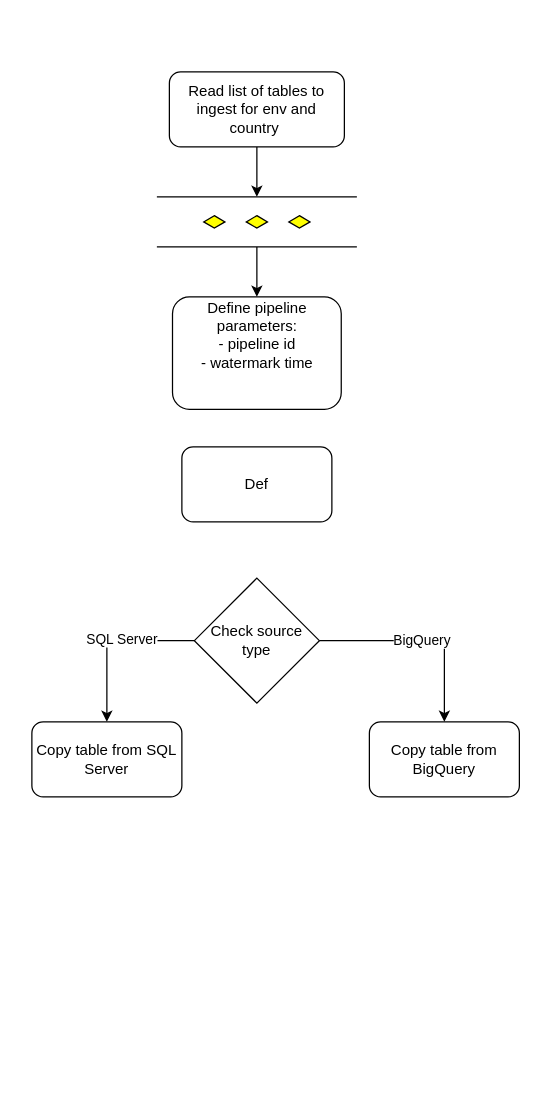
Earlier version of the draw.io diagram ADF.drawio (norbitek/drawio). Source tidied: cells renumbered, new cells numbered last; positions are measured from the earlier drawing's top-left corner, leaving out a move shared by most shapes. Both pictures are drawn from the tidied source at 125%, with x=0, y=0 at pixel (31, 71).
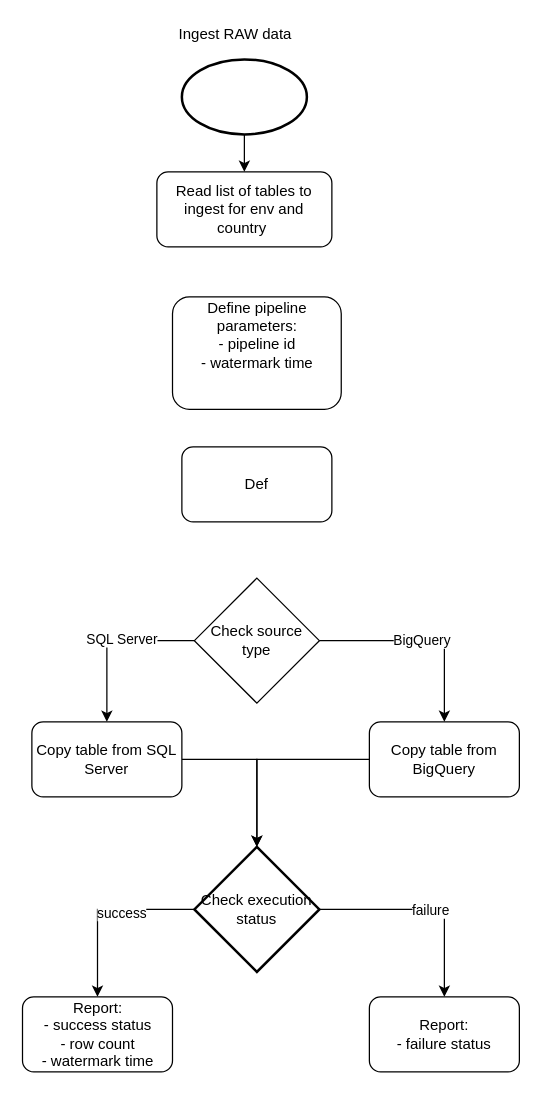
Above is the later version.

Unchanged cells that the change refers to:
```xml
<mxCell id="4" value="Define pipeline parameters:&lt;div&gt;- pipeline id&lt;/div&gt;&lt;div&gt;- watermark time&lt;/div&gt;&lt;div&gt;&lt;br&gt;&lt;div&gt;&lt;br&gt;&lt;/div&gt;&lt;/div&gt;" style="rounded=1;whiteSpace=wrap;html=1;" parent="1" vertex="1">
  <mxGeometry x="112.5" y="180" width="135" height="90" as="geometry" />
</mxCell>
<mxCell id="5" value="Copy table from SQL Server" style="rounded=1;whiteSpace=wrap;html=1;" parent="1" vertex="1">
  <mxGeometry y="520" width="120" height="60" as="geometry" />
</mxCell>
<mxCell id="6" value="Copy table from BigQuery" style="rounded=1;whiteSpace=wrap;html=1;" parent="1" vertex="1">
  <mxGeometry x="270" y="520" width="120" height="60" as="geometry" />
</mxCell>
```

The edit, as a diff of the source:
```diff
@@
-    <mxCell id="2" style="edgeStyle=orthogonalEdgeStyle;rounded=0;jettySize=auto;html=1;" parent="1" edge="1" source="3" target="14">
-      <mxGeometry relative="1" as="geometry" />
-    </mxCell>
     <mxCell id="3" value="Read list of tables to ingest for env and country&amp;nbsp;" style="rounded=1;whiteSpace=wrap;html=1;fontSize=12;glass=0;strokeWidth=1;shadow=0;" parent="1" vertex="1">
-      <mxGeometry x="110" width="140" height="60" as="geometry" />
+      <mxGeometry x="100" y="80" width="140" height="60" as="geometry" />
     </mxCell>
@@
+    <mxCell id="15" style="edgeStyle=orthogonalEdgeStyle;rounded=0;jettySize=auto;html=1;" parent="1" edge="1" source="5" target="21">
+      <mxGeometry relative="1" as="geometry" />
+    </mxCell>
@@
+    <mxCell id="16" style="edgeStyle=orthogonalEdgeStyle;rounded=0;jettySize=auto;html=1;" parent="1" edge="1" source="6" target="21">
+      <mxGeometry relative="1" as="geometry" />
+    </mxCell>
@@
-    <mxCell id="13" style="edgeStyle=orthogonalEdgeStyle;rounded=0;jettySize=auto;html=1;" parent="1" edge="1" source="14" target="4">
-      <mxGeometry relative="1" as="geometry" />
-    </mxCell>
-    <mxCell id="14" style="verticalLabelPosition=bottom;verticalAlign=top;html=1;shape=mxgraph.flowchart.parallel_mode;" parent="1" vertex="1">
-      <mxGeometry x="100" y="100" width="160" height="40" as="geometry" />
-    </mxCell>
+    <mxCell id="17" style="edgeStyle=orthogonalEdgeStyle;rounded=0;jettySize=auto;html=1;" parent="1" edge="1" source="21" target="22">
+      <mxGeometry relative="1" as="geometry" />
+    </mxCell>
+    <mxCell id="18" value="success" style="edgeLabel;html=1;align=center;verticalAlign=middle;" parent="17" vertex="1">
+      <mxGeometry x="-0.2" y="2" relative="1" as="geometry" />
+    </mxCell>
+    <mxCell id="19" style="edgeStyle=orthogonalEdgeStyle;rounded=0;jettySize=auto;html=1;" parent="1" edge="1" source="21" target="23">
+      <mxGeometry relative="1" as="geometry" />
+    </mxCell>
+    <mxCell id="20" value="failure" style="edgeLabel;html=1;align=center;verticalAlign=middle;" parent="19" vertex="1">
+      <mxGeometry x="0.03" relative="1" as="geometry" />
+    </mxCell>
+    <mxCell id="21" value="Check execution status" style="strokeWidth=2;html=1;shape=mxgraph.flowchart.decision;whiteSpace=wrap;" parent="1" vertex="1">
+      <mxGeometry x="130" y="620" width="100" height="100" as="geometry" />
+    </mxCell>
+    <mxCell id="22" value="Report:&lt;div&gt;- success status&lt;/div&gt;&lt;div&gt;- row count&lt;/div&gt;&lt;div&gt;&lt;span style=&quot;background-color: initial;&quot;&gt;- watermark time&lt;/span&gt;&lt;/div&gt;" style="rounded=1;whiteSpace=wrap;html=1;" parent="1" vertex="1">
+      <mxGeometry x="-7.5" y="740" width="120" height="60" as="geometry" />
+    </mxCell>
+    <mxCell id="23" value="Report:&lt;div&gt;- failure status&lt;/div&gt;" style="rounded=1;whiteSpace=wrap;html=1;" parent="1" vertex="1">
+      <mxGeometry x="270" y="740" width="120" height="60" as="geometry" />
+    </mxCell>
+    <mxCell id="24" value="Ingest RAW data" style="text;html=1;align=center;verticalAlign=middle;whiteSpace=wrap;rounded=0;" parent="1" vertex="1">
+      <mxGeometry x="107.5" y="-40" width="110" height="20" as="geometry" />
+    </mxCell>
+    <mxCell id="25" style="edgeStyle=orthogonalEdgeStyle;rounded=0;jettySize=auto;html=1;" parent="1" edge="1" source="26" target="3">
+      <mxGeometry relative="1" as="geometry" />
+    </mxCell>
+    <mxCell id="26" style="strokeWidth=2;html=1;shape=mxgraph.flowchart.start_1;whiteSpace=wrap;" parent="1" vertex="1">
+      <mxGeometry x="120" y="-10" width="100" height="60" as="geometry" />
+    </mxCell>
```
